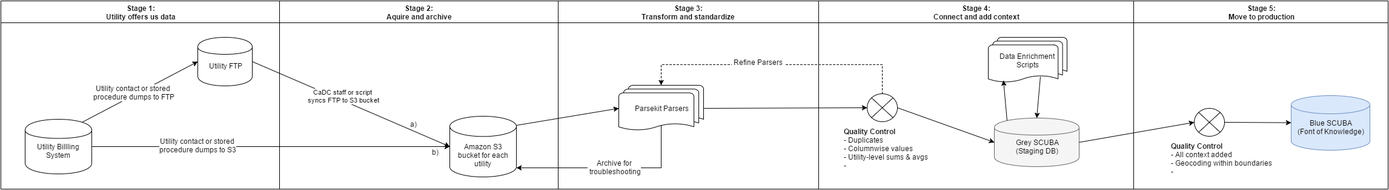
California-Data-Collaborative/scuba-pipeline keeps this draw.io diagram as scuba_pipeline.png. Above is the earlier version. Source tidied: cells renumbered, new cells last; positions are measured from the earlier drawing's top-left corner, leaving out a move shared by most shapes.
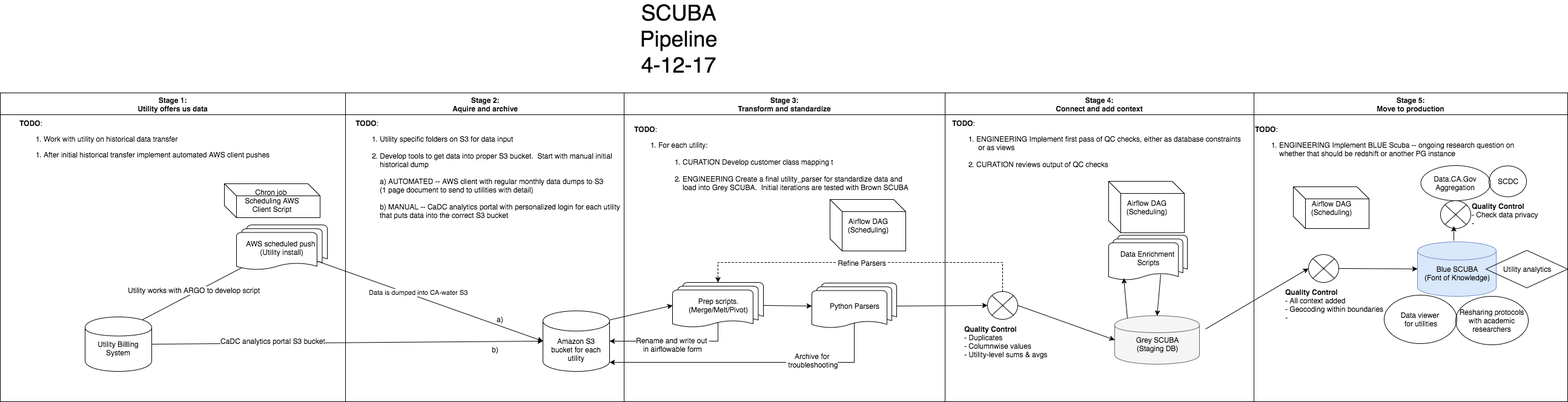
Above is the later version.

Diff of the diagram source:
```diff
@@ -2,10 +2,12 @@
   <root>
     <mxCell id="0" />
     <mxCell id="1" parent="0" />
-    <mxCell id="2" style="rounded=0;html=1;exitX=0.85;exitY=0.05;exitPerimeter=0;entryX=0;entryY=0.5;jettySize=auto;" parent="1" edge="1" source="6" target="9">
-      <mxGeometry relative="1" as="geometry" />
+    <mxCell id="2" style="rounded=0;html=1;exitX=0.85;exitY=0.05;exitPerimeter=0;entryX=0;entryY=0.5;jettySize=auto;" parent="1" edge="1" source="6">
+      <mxGeometry relative="1" as="geometry">
+        <mxPoint x="315" y="275" as="targetPoint" />
+      </mxGeometry>
     </mxCell>
-    <mxCell id="3" value="Utility contact or stored &lt;br&gt;procedure dumps to FTP" style="text;html=1;align=center;verticalAlign=middle;labelBackgroundColor=#ffffff;" parent="2" vertex="1">
+    <mxCell id="3" value="Utility works with ARGO to develop script" style="text;html=1;align=center;verticalAlign=middle;labelBackgroundColor=#ffffff;" parent="2" vertex="1">
       <mxGeometry x="0.12" y="2" relative="1" as="geometry">
         <mxPoint x="-20" y="8" as="offset" />
       </mxGeometry>
@@ -13,51 +15,74 @@
     <mxCell id="4" style="edgeStyle=none;rounded=0;html=1;exitX=1;exitY=0.5;entryX=0;entryY=0.5;jettySize=auto;entryPerimeter=0;" parent="1" edge="1" source="6" target="12">
       <mxGeometry relative="1" as="geometry" />
     </mxCell>
-    <mxCell id="5" value="Utility contact or stored&amp;nbsp;&lt;br&gt;procedure dumps to S3" style="text;html=1;align=center;verticalAlign=middle;labelBackgroundColor=#ffffff;" parent="4" vertex="1">
+    <mxCell id="5" value="CaDC analytics portal S3 bucket" style="text;html=1;align=center;verticalAlign=middle;labelBackgroundColor=#ffffff;" parent="4" vertex="1">
       <mxGeometry x="-0.07" y="-1" relative="1" as="geometry">
         <mxPoint x="-101" y="-4" as="offset" />
       </mxGeometry>
     </mxCell>
     <mxCell id="6" value="&lt;br&gt;Utility Billling System" style="shape=cylinder;whiteSpace=wrap;html=1;" parent="1" vertex="1">
-      <mxGeometry x="40" y="195" width="110" height="90" as="geometry" />
+      <mxGeometry x="30" y="370" width="110" height="90" as="geometry" />
     </mxCell>
-    <mxCell id="7" value="CaDC staff or script&amp;nbsp;&lt;br&gt;syncs FTP to S3 bucket" style="edgeStyle=none;rounded=0;html=1;exitX=1;exitY=0.5;entryX=0;entryY=0.5;jettySize=auto;entryPerimeter=0;" parent="1" edge="1" source="9" target="12">
-      <mxGeometry x="-0.09" y="7" relative="1" as="geometry" />
+    <mxCell id="7" value="Data is dumped into CA-water S3" style="edgeStyle=none;rounded=0;html=1;exitX=1;exitY=0.5;entryX=0;entryY=0.5;jettySize=auto;entryPerimeter=0;" parent="1" edge="1" target="12">
+      <mxGeometry x="-0.09" y="7" relative="1" as="geometry">
+        <mxPoint x="405" y="275" as="sourcePoint" />
+      </mxGeometry>
     </mxCell>
     <mxCell id="8" value="a)" style="text;html=1;align=center;verticalAlign=middle;labelBackgroundColor=#ffffff;" parent="7" vertex="1">
       <mxGeometry x="0.55" y="-1" relative="1" as="geometry">
         <mxPoint x="14" y="-7" as="offset" />
       </mxGeometry>
     </mxCell>
-    <mxCell id="9" value="&lt;br&gt;Utility FTP" style="shape=cylinder;whiteSpace=wrap;html=1;" parent="1" vertex="1">
-      <mxGeometry x="325" y="60" width="90" height="80" as="geometry" />
-    </mxCell>
     <mxCell id="10" value="Stage 1:&lt;div&gt;Utility offers us data&lt;/div&gt;" style="swimlane;whiteSpace=wrap;html=1;startSize=36;" parent="1" vertex="1">
-      <mxGeometry width="460" height="310" as="geometry" />
+      <mxGeometry x="-110" width="570" height="510" as="geometry" />
     </mxCell>
+    <mxCell id="36" value="&lt;b&gt;TODO&lt;/b&gt;:&lt;div&gt;&lt;ol&gt;&lt;li&gt;Work with utility on historical data transfer&lt;/li&gt;&lt;/ol&gt;&lt;ol&gt;&lt;li&gt;After initial historical transfer implement automated AWS client pushes&lt;/li&gt;&lt;/ol&gt;&lt;/div&gt;" style="text;html=1;align=left;verticalAlign=top;spacingTop=-4;" parent="10" vertex="1">
+      <mxGeometry x="30" y="41" width="430" height="80" as="geometry" />
+    </mxCell>
+    <mxCell id="37" value="AWS scheduled push&amp;nbsp;&lt;br&gt;(Utility install)" style="strokeWidth=1;html=1;shape=mxgraph.flowchart.multi-document;whiteSpace=wrap;" parent="10" vertex="1">
+      <mxGeometry x="390" y="218" width="150" height="75" as="geometry" />
+    </mxCell>
+    <mxCell id="38" value="Chron job&amp;nbsp;&lt;br&gt;Scheduling AWS&lt;br&gt;Client Script" style="shape=cube;whiteSpace=wrap;html=1;fillColor=none;" parent="10" vertex="1">
+      <mxGeometry x="370" y="150" width="158" height="56" as="geometry" />
+    </mxCell>
     <mxCell id="11" value="Stage 2:&lt;div&gt;Aquire and archive&lt;/div&gt;" style="swimlane;whiteSpace=wrap;html=1;startSize=36;" parent="1" vertex="1">
-      <mxGeometry x="460" width="460" height="310" as="geometry" />
+      <mxGeometry x="460" width="460" height="510" as="geometry" />
     </mxCell>
+    <mxCell id="39" value="&lt;b&gt;TODO&lt;/b&gt;:&lt;div&gt;&lt;ol&gt;&lt;li&gt;Utility specific folders on S3 for data input&lt;br&gt;&lt;br&gt;&lt;/li&gt;&lt;li&gt;Develop tools to get data into proper S3 bucket. &amp;nbsp;Start with manual initial&lt;br&gt;historical dump&amp;nbsp;&lt;br&gt;&lt;br&gt;a) AUTOMATED -- AWS client with regular monthly data dumps to S3&lt;br&gt;(1 page document to send to utilities with detail)&lt;br&gt;&lt;br&gt;b) MANUAL -- CaDC analytics portal with personalized login for each utility &lt;br&gt;that puts data into&amp;nbsp;the correct S3 bucket&amp;nbsp;&lt;br&gt;&lt;br&gt;&lt;/li&gt;&lt;/ol&gt;&lt;/div&gt;" style="text;html=1;align=left;verticalAlign=top;spacingTop=-4;" parent="11" vertex="1">
+      <mxGeometry x="15" y="41" width="460" height="190" as="geometry" />
+    </mxCell>
     <mxCell id="12" value="&lt;span&gt;&lt;br&gt;&lt;br&gt;Amazon S3&lt;/span&gt;&lt;div&gt;bucket for each utility&lt;/div&gt;" style="strokeWidth=1;html=1;shape=mxgraph.flowchart.database;whiteSpace=wrap;" parent="11" vertex="1">
-      <mxGeometry x="281" y="190" width="110" height="100" as="geometry" />
+      <mxGeometry x="326" y="360" width="110" height="100" as="geometry" />
     </mxCell>
     <mxCell id="13" value="b)" style="text;html=1;align=left;verticalAlign=top;spacingTop=-4;" parent="11" vertex="1">
-      <mxGeometry x="250" y="240" width="30" height="20" as="geometry" />
+      <mxGeometry x="240" y="415" width="30" height="20" as="geometry" />
     </mxCell>
     <mxCell id="14" value="Stage 3:&lt;div&gt;Transform and standardize&lt;/div&gt;" style="swimlane;whiteSpace=wrap;html=1;startSize=36;" parent="1" vertex="1">
-      <mxGeometry x="920" width="430" height="310" as="geometry" />
+      <mxGeometry x="920" width="530" height="510" as="geometry" />
     </mxCell>
-    <mxCell id="15" value="Parsekit Parsers" style="strokeWidth=1;html=1;shape=mxgraph.flowchart.multi-document;whiteSpace=wrap;" parent="14" vertex="1">
-      <mxGeometry x="100" y="139" width="140" height="75" as="geometry" />
+    <mxCell id="15" value="Python Parsers" style="strokeWidth=1;html=1;shape=mxgraph.flowchart.multi-document;whiteSpace=wrap;" parent="14" vertex="1">
+      <mxGeometry x="310" y="314" width="140" height="75" as="geometry" />
     </mxCell>
+    <mxCell id="40" style="edgeStyle=none;rounded=0;html=1;exitX=1;exitY=0.5;exitPerimeter=0;entryX=0;entryY=0.5;entryPerimeter=0;jettySize=auto;" parent="14" edge="1" source="41" target="15">
+      <mxGeometry relative="1" as="geometry" />
+    </mxCell>
+    <mxCell id="41" value="Prep scripts.&lt;br&gt;(Merge/Melt/Pivot)" style="strokeWidth=1;html=1;shape=mxgraph.flowchart.multi-document;whiteSpace=wrap;" parent="14" vertex="1">
+      <mxGeometry x="80" y="313" width="150" height="75" as="geometry" />
+    </mxCell>
+    <mxCell id="42" value="&lt;b&gt;TODO&lt;/b&gt;:&lt;div&gt;&lt;ol&gt;&lt;li&gt;For each utility:&lt;br&gt;&lt;br&gt;&lt;/li&gt;&lt;ol&gt;&lt;li&gt;CURATION Develop customer class mapping t&lt;br&gt;&lt;br&gt;&lt;/li&gt;&lt;li&gt;ENGINEERING Create a final utility_parser for standardize data and &lt;br&gt;load into Grey SCUBA. &amp;nbsp;Initial iterations are tested with Brown SCUBA&lt;/li&gt;&lt;/ol&gt;&lt;/ol&gt;&lt;/div&gt;" style="text;html=1;align=left;verticalAlign=top;spacingTop=-4;" parent="14" vertex="1">
+      <mxGeometry x="15" y="51" width="470" height="120" as="geometry" />
+    </mxCell>
+    <mxCell id="43" value="Airflow DAG&lt;div&gt;(Scheduling)&lt;/div&gt;" style="shape=cube;whiteSpace=wrap;html=1;fillColor=none;" parent="14" vertex="1">
+      <mxGeometry x="340" y="176" width="125" height="85" as="geometry" />
+    </mxCell>
     <mxCell id="16" value="Stage 4:&lt;div&gt;Connect and add context&lt;/div&gt;" style="swimlane;whiteSpace=wrap;html=1;startSize=36;" parent="1" vertex="1">
-      <mxGeometry x="1350" width="520" height="310" as="geometry" />
+      <mxGeometry x="1450" width="510" height="510" as="geometry" />
     </mxCell>
     <mxCell id="17" value="Data Enrichment &lt;br&gt;Scripts" style="strokeWidth=1;html=1;shape=mxgraph.flowchart.multi-document;whiteSpace=wrap;" parent="16" vertex="1">
-      <mxGeometry x="280" y="60" width="130" height="75" as="geometry" />
+      <mxGeometry x="270" y="235" width="130" height="75" as="geometry" />
     </mxCell>
     <mxCell id="18" value="&lt;br&gt;Grey SCUBA&lt;br&gt;(Staging DB)" style="shape=cylinder;whiteSpace=wrap;html=1;fillColor=#f5f5f5;strokeColor=#666666;" parent="16" vertex="1">
-      <mxGeometry x="290" y="193" width="140" height="80" as="geometry" />
+      <mxGeometry x="280" y="368" width="140" height="80" as="geometry" />
     </mxCell>
     <mxCell id="19" style="edgeStyle=none;rounded=0;html=1;exitX=0.664;exitY=0.871;exitPerimeter=0;jettySize=auto;entryX=0.5;entryY=0;" parent="16" edge="1" source="17" target="18">
       <mxGeometry relative="1" as="geometry" />
@@ -69,59 +94,113 @@
       <mxGeometry relative="1" as="geometry" />
     </mxCell>
     <mxCell id="22" style="verticalLabelPosition=bottom;verticalAlign=top;html=1;strokeWidth=1;shape=mxgraph.flowchart.or;" parent="16" vertex="1">
-      <mxGeometry x="80" y="153" width="50" height="46" as="geometry" />
+      <mxGeometry x="70" y="328" width="50" height="46" as="geometry" />
     </mxCell>
-    <mxCell id="23" value="&lt;b&gt;Quality Control&lt;/b&gt;&lt;div&gt;- Duplicates&lt;br&gt;- Columnwise values&lt;br&gt;- Utility-level sums &amp;amp; avgs&lt;br&gt;-&amp;nbsp;&lt;/div&gt;" style="text;html=1;align=left;verticalAlign=top;spacingTop=-4;" parent="16" vertex="1">
-      <mxGeometry x="40" y="206" width="150" height="70" as="geometry" />
+    <mxCell id="23" value="&lt;b&gt;Quality Control&lt;/b&gt;&lt;div&gt;- Duplicates&lt;br&gt;- Columnwise values&lt;br&gt;- Utility-level sums &amp;amp; avgs&amp;nbsp;&lt;/div&gt;" style="text;html=1;align=left;verticalAlign=top;spacingTop=-4;" parent="16" vertex="1">
+      <mxGeometry x="30" y="381" width="160" height="60" as="geometry" />
     </mxCell>
+    <mxCell id="44" value="&lt;b&gt;TODO&lt;/b&gt;:&lt;div&gt;&lt;ol&gt;&lt;li&gt;ENGINEERING Implement first pass of QC checks, either as database constraints&lt;br&gt;&amp;nbsp;or as views&lt;br&gt;&lt;br&gt;&lt;/li&gt;&lt;li&gt;CURATION reviews output of QC checks&lt;/li&gt;&lt;/ol&gt;&lt;/div&gt;" style="text;html=1;align=left;verticalAlign=top;spacingTop=-4;" parent="16" vertex="1">
+      <mxGeometry x="10" y="41" width="490" height="100" as="geometry" />
+    </mxCell>
+    <mxCell id="45" value="Airflow DAG&lt;div&gt;(Scheduling)&lt;/div&gt;" style="shape=cube;whiteSpace=wrap;html=1;fillColor=none;" parent="16" vertex="1">
+      <mxGeometry x="270" y="146" width="125" height="85" as="geometry" />
+    </mxCell>
     <mxCell id="24" style="edgeStyle=none;rounded=0;html=1;exitX=1;exitY=0.5;exitPerimeter=0;entryX=0;entryY=0.5;entryPerimeter=0;jettySize=auto;" parent="1" edge="1" source="15" target="22">
       <mxGeometry relative="1" as="geometry" />
     </mxCell>
     <mxCell id="25" style="edgeStyle=orthogonalEdgeStyle;rounded=0;html=1;exitX=0.5;exitY=0.88;exitPerimeter=0;entryX=1;entryY=0.85;entryPerimeter=0;jettySize=auto;" parent="1" edge="1" source="15" target="12">
       <mxGeometry relative="1" as="geometry">
         <Array as="points">
-          <mxPoint x="1090" y="275" />
+          <mxPoint x="1300" y="445" />
         </Array>
       </mxGeometry>
     </mxCell>
     <mxCell id="26" value="Archive for&lt;br&gt;&amp;nbsp;troubleshooting" style="text;html=1;align=center;verticalAlign=middle;labelBackgroundColor=#ffffff;" parent="25" vertex="1">
       <mxGeometry x="0.05" y="-1" relative="1" as="geometry">
-        <mxPoint x="14" y="-1" as="offset" />
+        <mxPoint x="111" y="-3" as="offset" />
       </mxGeometry>
     </mxCell>
-    <mxCell id="27" style="edgeStyle=orthogonalEdgeStyle;rounded=0;html=1;exitX=0.5;exitY=0;exitPerimeter=0;jettySize=auto;dashed=1;entryX=0.5;entryY=0;entryPerimeter=0;" parent="1" edge="1" source="22" target="15">
+    <mxCell id="27" style="edgeStyle=orthogonalEdgeStyle;rounded=0;html=1;exitX=0.5;exitY=0;exitPerimeter=0;jettySize=auto;dashed=1;entryX=0.5;entryY=0;entryPerimeter=0;" parent="1" edge="1" source="22" target="41">
       <mxGeometry relative="1" as="geometry">
         <Array as="points">
-          <mxPoint x="1455" y="105" />
-          <mxPoint x="1090" y="105" />
+          <mxPoint x="1545" y="280" />
+          <mxPoint x="1075" y="280" />
         </Array>
       </mxGeometry>
     </mxCell>
     <mxCell id="28" value="&amp;nbsp;Refine Parsers&amp;nbsp;" style="text;html=1;align=center;verticalAlign=middle;labelBackgroundColor=#ffffff;" parent="27" vertex="1">
-      <mxGeometry x="0.02" relative="1" as="geometry">
-        <mxPoint x="-25" y="-5" as="offset" />
-      </mxGeometry>
+      <mxGeometry x="0.02" relative="1" as="geometry" />
     </mxCell>
+    <mxCell id="30" value="Stage 5:&lt;div&gt;Move to production&lt;/div&gt;" style="swimlane;whiteSpace=wrap;html=1;strokeWidth=1;startSize=36;" parent="1" vertex="1">
+      <mxGeometry x="1960" width="518" height="510" as="geometry" />
+    </mxCell>
+    <mxCell id="46" value="&lt;b&gt;TODO&lt;/b&gt;:&lt;div&gt;&lt;ol&gt;&lt;li&gt;ENGINEERING Implement BLUE Scuba -- ongoing research question on&amp;nbsp;&lt;br&gt;whether that should be redshift or another PG instance&lt;/li&gt;&lt;/ol&gt;&lt;/div&gt;" style="text;html=1;align=left;verticalAlign=top;spacingTop=-4;" parent="30" vertex="1">
+      <mxGeometry y="51" width="450" height="70" as="geometry" />
+    </mxCell>
+    <mxCell id="47" style="verticalLabelPosition=bottom;verticalAlign=top;html=1;strokeWidth=1;shape=mxgraph.flowchart.or;" parent="30" vertex="1">
+      <mxGeometry x="308" y="178" width="50" height="46" as="geometry" />
+    </mxCell>
-    <mxCell id="29" style="rounded=0;html=1;exitX=1;exitY=0.5;entryX=0;entryY=0.5;entryPerimeter=0;jettySize=auto;" parent="1" edge="1" source="18" target="31">
-      <mxGeometry relative="1" as="geometry" />
+    <mxCell id="29" style="rounded=0;html=1;entryX=0;entryY=0.5;entryPerimeter=0;jettySize=auto;" parent="30" edge="1" target="31">
+      <mxGeometry relative="1" as="geometry">
+        <mxPoint x="-80" y="390" as="sourcePoint" />
+      </mxGeometry>
     </mxCell>
-    <mxCell id="30" value="Stage 5:&lt;div&gt;Move to production&lt;/div&gt;" style="swimlane;whiteSpace=wrap;html=1;strokeWidth=1;startSize=36;" parent="1" vertex="1">
-      <mxGeometry x="1870" width="420" height="310" as="geometry" />
-    </mxCell>
     <mxCell id="31" style="verticalLabelPosition=bottom;verticalAlign=top;html=1;strokeWidth=1;shape=mxgraph.flowchart.or;" parent="30" vertex="1">
-      <mxGeometry x="100" y="177" width="50" height="46" as="geometry" />
+      <mxGeometry x="90" y="267" width="50" height="46" as="geometry" />
     </mxCell>
+    <mxCell id="34" style="rounded=0;html=1;exitX=1;exitY=0.5;exitPerimeter=0;jettySize=auto;" parent="30" edge="1" source="31" target="33">
+      <mxGeometry relative="1" as="geometry" />
+    </mxCell>
+    <mxCell id="33" value="&lt;br&gt;Blue SCUBA&lt;br&gt;(Font of Knowledge)" style="strokeWidth=1;html=1;shape=mxgraph.flowchart.database;whiteSpace=wrap;fillColor=#dae8fc;strokeColor=#6c8ebf;" parent="30" vertex="1">
+      <mxGeometry x="270" y="246" width="130" height="90" as="geometry" />
+    </mxCell>
     <mxCell id="32" value="&lt;b&gt;Quality Control&lt;/b&gt;&lt;div&gt;- All context added&lt;br&gt;&lt;/div&gt;&lt;div&gt;- Geocoding within boundaries&lt;/div&gt;&lt;div&gt;-&amp;nbsp;&lt;/div&gt;" style="text;html=1;align=left;verticalAlign=top;spacingTop=-4;" parent="30" vertex="1">
-      <mxGeometry x="60" y="230" width="180" height="60" as="geometry" />
+      <mxGeometry x="50" y="320" width="180" height="60" as="geometry" />
     </mxCell>
-    <mxCell id="33" value="&lt;br&gt;Blue SCUBA&lt;br&gt;(Font of Knowledge)" style="strokeWidth=1;html=1;shape=mxgraph.flowchart.database;whiteSpace=wrap;fillColor=#dae8fc;strokeColor=#6c8ebf;" parent="30" vertex="1">
-      <mxGeometry x="260" y="156" width="130" height="90" as="geometry" />
-    </mxCell>
-    <mxCell id="34" style="rounded=0;html=1;exitX=1;exitY=0.5;exitPerimeter=0;jettySize=auto;" parent="30" edge="1" source="31" target="33">
-      <mxGeometry relative="1" as="geometry" />
-    </mxCell>
+    <mxCell id="48" value="&lt;b&gt;Quality Control&lt;/b&gt;&lt;div&gt;- Check data privacy&lt;/div&gt;&lt;div&gt;-&amp;nbsp;&lt;/div&gt;" style="text;html=1;align=left;verticalAlign=top;spacingTop=-4;" parent="30" vertex="1">
+      <mxGeometry x="358" y="178" width="120" height="40" as="geometry" />
+    </mxCell>
+    <mxCell id="49" value="Airflow DAG&lt;div&gt;(Scheduling)&lt;/div&gt;" style="shape=cube;whiteSpace=wrap;html=1;fillColor=none;" parent="30" vertex="1">
+      <mxGeometry x="65" y="155" width="125" height="69" as="geometry" />
+    </mxCell>
+    <mxCell id="50" value="Resharing protocols with academic researchers" style="ellipse;whiteSpace=wrap;html=1;fillColor=none;" parent="30" vertex="1">
+      <mxGeometry x="333" y="336" width="120" height="80" as="geometry" />
+    </mxCell>
+    <mxCell id="51" style="endArrow=classic;html=1;" parent="30" edge="1">
+      <mxGeometry relative="1" as="geometry">
+        <mxPoint x="330" y="244" as="sourcePoint" />
+        <mxPoint x="330" y="220" as="targetPoint" />
+      </mxGeometry>
+    </mxCell>
+    <mxCell id="52" value="Utility analytics" style="rhombus;whiteSpace=wrap;html=1;fillColor=none;" parent="30" vertex="1">
+      <mxGeometry x="383" y="260" width="135" height="62" as="geometry" />
+    </mxCell>
+    <mxCell id="53" value="Data viewer&amp;nbsp;&lt;br&gt;for utilities" style="ellipse;whiteSpace=wrap;html=1;fillColor=none;" parent="30" vertex="1">
+      <mxGeometry x="215" y="334" width="120" height="80" as="geometry" />
+    </mxCell>
+    <mxCell id="54" value="Data.CA.Gov Aggregation" style="ellipse;whiteSpace=wrap;html=1;fillColor=none;" parent="30" vertex="1">
+      <mxGeometry x="275" y="120" width="115" height="58" as="geometry" />
+    </mxCell>
-    <mxCell id="35" style="edgeStyle=none;rounded=0;html=1;exitX=1;exitY=0.15;exitPerimeter=0;entryX=0;entryY=0.5;entryPerimeter=0;jettySize=auto;" parent="1" edge="1" source="12" target="15">
+    <mxCell id="35" style="edgeStyle=none;rounded=0;html=1;exitX=1;exitY=0.15;exitPerimeter=0;entryX=0;entryY=0.5;entryPerimeter=0;jettySize=auto;" parent="1" edge="1" source="12" target="41">
       <mxGeometry relative="1" as="geometry" />
     </mxCell>
+    <mxCell id="55" style="edgeStyle=elbowEdgeStyle;rounded=0;html=1;exitX=0.5;exitY=0.88;exitPerimeter=0;entryX=1;entryY=0.5;entryPerimeter=0;jettySize=auto;elbow=vertical;" parent="1" edge="1" source="41" target="12">
+      <mxGeometry relative="1" as="geometry">
+        <Array as="points">
+          <mxPoint x="980" y="410" />
+        </Array>
+      </mxGeometry>
+    </mxCell>
+    <mxCell id="56" value="Rename and write out &lt;br&gt;in airflowable form" style="text;html=1;align=center;verticalAlign=middle;labelBackgroundColor=#ffffff;" parent="55" vertex="1">
+      <mxGeometry x="-0.18" y="3" relative="1" as="geometry">
+        <mxPoint x="-20" y="2" as="offset" />
+      </mxGeometry>
+    </mxCell>
+    <mxCell id="57" value="&lt;font style=&quot;font-size: 36px&quot;&gt;SCUBA Pipeline 4-12-17&lt;/font&gt;" style="text;html=1;strokeColor=none;fillColor=none;align=center;verticalAlign=middle;whiteSpace=wrap;" parent="1" vertex="1">
+      <mxGeometry x="1000" y="-100" width="20" height="20" as="geometry" />
+    </mxCell>
+    <mxCell id="58" value="SCDC" style="ellipse;whiteSpace=wrap;html=1;fillColor=none;" parent="1" vertex="1">
+      <mxGeometry x="2348" y="120" width="62" height="51" as="geometry" />
+    </mxCell>
   </root>
 </mxGraphModel>
```
